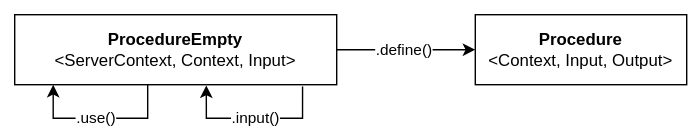
petrhdk/rpc keeps this draw.io diagram as docs/procedure-builder.drawio.svg. Above is the earlier version. Source tidied: cells renumbered, new cells last; positions are measured from the earlier drawing's top-left corner, leaving out a move shared by most shapes. Source of this version:
```xml
<mxGraphModel>
  <root>
    <mxCell id="0" />
    <mxCell id="1" parent="0" />
    <mxCell id="2" style="whiteSpace=wrap;html=1;strokeColor=none;" parent="1" vertex="1">
      <mxGeometry width="500" height="100" as="geometry" />
    </mxCell>
    <mxCell id="3" value="&lt;b&gt;Procedure&lt;/b&gt;&lt;br&gt;&amp;lt;Context, Input, Output&amp;gt;" style="html=1;whiteSpace=wrap;" parent="1" vertex="1">
      <mxGeometry x="339" y="10" width="151" height="50" as="geometry" />
    </mxCell>
    <mxCell id="4" style="edgeStyle=orthogonalEdgeStyle;rounded=0;jettySize=auto;html=1;exitX=1;exitY=0.5;exitDx=0;exitDy=0;entryX=0;entryY=0.5;entryDx=0;entryDy=0;" parent="1" edge="1" source="6" target="3">
      <mxGeometry relative="1" as="geometry" />
    </mxCell>
    <mxCell id="5" value=".define()" style="edgeLabel;html=1;align=center;verticalAlign=middle;" parent="4" vertex="1">
      <mxGeometry x="-0.06" y="-2" relative="1" as="geometry">
        <mxPoint y="-3" as="offset" />
      </mxGeometry>
    </mxCell>
    <mxCell id="6" value="&lt;b&gt;ProcedureEmpty&lt;/b&gt;&lt;br&gt;&amp;lt;ServerContext, Context, Input&amp;gt;" style="html=1;whiteSpace=wrap;" parent="1" vertex="1">
      <mxGeometry x="10" y="10" width="230" height="50" as="geometry" />
    </mxCell>
    <mxCell id="7" style="edgeStyle=orthogonalEdgeStyle;rounded=0;jettySize=auto;html=1;exitX=0.413;exitY=0.992;exitDx=0;exitDy=0;entryX=0.25;entryY=1;entryDx=0;entryDy=0;exitPerimeter=0;" parent="1" edge="1" source="6">
      <mxGeometry relative="1" as="geometry">
        <mxPoint x="37.5" y="60" as="targetPoint" />
        <Array as="points">
          <mxPoint x="105" y="84" />
          <mxPoint x="37" y="84" />
        </Array>
      </mxGeometry>
    </mxCell>
    <mxCell id="8" value=".use()" style="edgeLabel;html=1;align=center;verticalAlign=middle;" parent="7" vertex="1">
      <mxGeometry x="0.23" y="-1" relative="1" as="geometry">
        <mxPoint x="9" as="offset" />
      </mxGeometry>
    </mxCell>
    <mxCell id="9" style="edgeStyle=orthogonalEdgeStyle;rounded=0;orthogonalLoop=1;jettySize=auto;html=1;exitX=0.894;exitY=1.027;exitDx=0;exitDy=0;exitPerimeter=0;entryX=0.595;entryY=1.01;entryDx=0;entryDy=0;entryPerimeter=0;" parent="1" edge="1" source="6" target="6">
      <mxGeometry relative="1" as="geometry">
        <Array as="points">
          <mxPoint x="216" y="84" />
          <mxPoint x="147" y="84" />
        </Array>
      </mxGeometry>
    </mxCell>
    <mxCell id="10" value=".input()" style="edgeLabel;html=1;align=center;verticalAlign=middle;" parent="9" vertex="1">
      <mxGeometry x="0.12" y="1" relative="1" as="geometry">
        <mxPoint x="7" y="-2" as="offset" />
      </mxGeometry>
    </mxCell>
  </root>
</mxGraphModel>
```
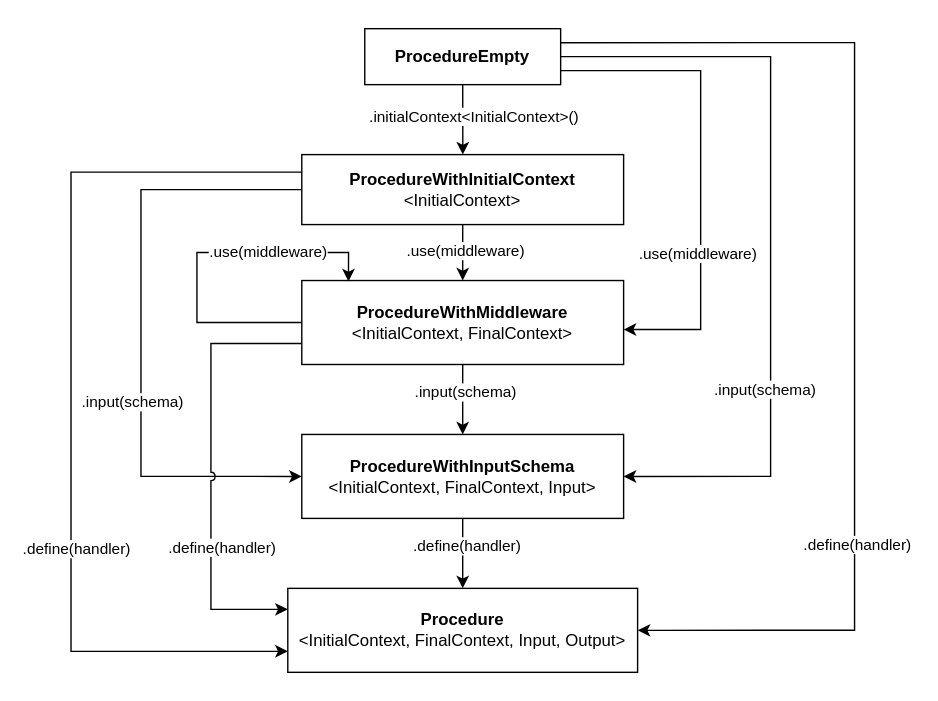
Later version of the same file.

Commit message:
change: split procedure build steps | simplify middlewares by unifying `ServerContext` with `Context | adapt server builder accordingly

Diff of the diagram source:
```diff
@@ -3,48 +3,148 @@
     <mxCell id="0" />
     <mxCell id="1" parent="0" />
     <mxCell id="2" style="whiteSpace=wrap;html=1;strokeColor=none;" parent="1" vertex="1">
-      <mxGeometry width="500" height="100" as="geometry" />
+      <mxGeometry width="670" height="500" as="geometry" />
     </mxCell>
-    <mxCell id="3" value="&lt;b&gt;Procedure&lt;/b&gt;&lt;br&gt;&amp;lt;Context, Input, Output&amp;gt;" style="html=1;whiteSpace=wrap;" parent="1" vertex="1">
-      <mxGeometry x="339" y="10" width="151" height="50" as="geometry" />
-    </mxCell>
-    <mxCell id="4" style="edgeStyle=orthogonalEdgeStyle;rounded=0;jettySize=auto;html=1;exitX=1;exitY=0.5;exitDx=0;exitDy=0;entryX=0;entryY=0.5;entryDx=0;entryDy=0;" parent="1" edge="1" source="6" target="3">
-      <mxGeometry relative="1" as="geometry" />
-    </mxCell>
-    <mxCell id="5" value=".define()" style="edgeLabel;html=1;align=center;verticalAlign=middle;" parent="4" vertex="1">
-      <mxGeometry x="-0.06" y="-2" relative="1" as="geometry">
-        <mxPoint y="-3" as="offset" />
-      </mxGeometry>
-    </mxCell>
-    <mxCell id="6" value="&lt;b&gt;ProcedureEmpty&lt;/b&gt;&lt;br&gt;&amp;lt;ServerContext, Context, Input&amp;gt;" style="html=1;whiteSpace=wrap;" parent="1" vertex="1">
-      <mxGeometry x="10" y="10" width="230" height="50" as="geometry" />
-    </mxCell>
-    <mxCell id="7" style="edgeStyle=orthogonalEdgeStyle;rounded=0;jettySize=auto;html=1;exitX=0.413;exitY=0.992;exitDx=0;exitDy=0;entryX=0.25;entryY=1;entryDx=0;entryDy=0;exitPerimeter=0;" parent="1" edge="1" source="6">
-      <mxGeometry relative="1" as="geometry">
-        <mxPoint x="37.5" y="60" as="targetPoint" />
-        <Array as="points">
-          <mxPoint x="105" y="84" />
-          <mxPoint x="37" y="84" />
-        </Array>
-      </mxGeometry>
-    </mxCell>
-    <mxCell id="8" value=".use()" style="edgeLabel;html=1;align=center;verticalAlign=middle;" parent="7" vertex="1">
-      <mxGeometry x="0.23" y="-1" relative="1" as="geometry">
-        <mxPoint x="9" as="offset" />
-      </mxGeometry>
-    </mxCell>
-    <mxCell id="9" style="edgeStyle=orthogonalEdgeStyle;rounded=0;orthogonalLoop=1;jettySize=auto;html=1;exitX=0.894;exitY=1.027;exitDx=0;exitDy=0;exitPerimeter=0;entryX=0.595;entryY=1.01;entryDx=0;entryDy=0;entryPerimeter=0;" parent="1" edge="1" source="6" target="6">
-      <mxGeometry relative="1" as="geometry">
-        <Array as="points">
-          <mxPoint x="216" y="84" />
-          <mxPoint x="147" y="84" />
-        </Array>
-      </mxGeometry>
-    </mxCell>
-    <mxCell id="10" value=".input()" style="edgeLabel;html=1;align=center;verticalAlign=middle;" parent="9" vertex="1">
-      <mxGeometry x="0.12" y="1" relative="1" as="geometry">
-        <mxPoint x="7" y="-2" as="offset" />
-      </mxGeometry>
-    </mxCell>
+    <mxCell id="11" style="edgeStyle=orthogonalEdgeStyle;rounded=0;jettySize=auto;html=1;exitX=0.5;exitY=1;exitDx=0;exitDy=0;" parent="1" edge="1" source="19" target="26">
+      <mxGeometry relative="1" as="geometry">
+        <Array as="points">
+          <mxPoint x="330" y="90" />
+        </Array>
+      </mxGeometry>
+    </mxCell>
+    <mxCell id="12" value=".initialContext&amp;lt;InitialContext&amp;gt;()" style="edgeLabel;html=1;align=center;verticalAlign=middle;" parent="11" vertex="1">
+      <mxGeometry x="-0.12" y="1" relative="1" as="geometry">
+        <mxPoint x="6" as="offset" />
+      </mxGeometry>
+    </mxCell>
+    <mxCell id="13" style="edgeStyle=orthogonalEdgeStyle;rounded=0;jettySize=auto;html=1;exitX=1;exitY=0.75;exitDx=0;exitDy=0;" parent="1" edge="1" source="19" target="29">
+      <mxGeometry relative="1" as="geometry">
+        <Array as="points">
+          <mxPoint x="500" y="50" />
+          <mxPoint x="500" y="235" />
+        </Array>
+      </mxGeometry>
+    </mxCell>
+    <mxCell id="14" value=".use(middleware)" style="edgeLabel;html=1;align=center;verticalAlign=middle;" parent="13" vertex="1">
+      <mxGeometry x="0.8" y="-1" relative="1" as="geometry">
+        <mxPoint x="18" y="-54" as="offset" />
+      </mxGeometry>
+    </mxCell>
+    <mxCell id="15" style="edgeStyle=orthogonalEdgeStyle;rounded=0;jettySize=auto;html=1;exitX=1;exitY=0.5;exitDx=0;exitDy=0;entryX=1;entryY=0.5;entryDx=0;entryDy=0;" parent="1" edge="1" source="19" target="34">
+      <mxGeometry relative="1" as="geometry">
+        <Array as="points">
+          <mxPoint x="550" y="40" />
+          <mxPoint x="550" y="340" />
+        </Array>
+      </mxGeometry>
+    </mxCell>
+    <mxCell id="16" value=".input(schema)" style="edgeLabel;html=1;align=center;verticalAlign=middle;" parent="15" vertex="1">
+      <mxGeometry x="0.45" relative="1" as="geometry">
+        <mxPoint x="-5" y="-16" as="offset" />
+      </mxGeometry>
+    </mxCell>
+    <mxCell id="17" style="edgeStyle=orthogonalEdgeStyle;rounded=0;jettySize=auto;html=1;exitX=1;exitY=0.25;exitDx=0;exitDy=0;entryX=1;entryY=0.5;entryDx=0;entryDy=0;" parent="1" edge="1" source="19" target="35">
+      <mxGeometry relative="1" as="geometry">
+        <Array as="points">
+          <mxPoint x="610" y="30" />
+          <mxPoint x="610" y="450" />
+        </Array>
+      </mxGeometry>
+    </mxCell>
+    <mxCell id="18" value=".define(handler)" style="edgeLabel;html=1;align=center;verticalAlign=middle;" parent="17" vertex="1">
+      <mxGeometry x="0.47" y="1" relative="1" as="geometry">
+        <mxPoint y="-8" as="offset" />
+      </mxGeometry>
+    </mxCell>
+    <mxCell id="19" value="&lt;b&gt;ProcedureEmpty&lt;/b&gt;" style="html=1;whiteSpace=wrap;" parent="1" vertex="1">
+      <mxGeometry x="260" y="20" width="140" height="40" as="geometry" />
+    </mxCell>
+    <mxCell id="20" style="edgeStyle=orthogonalEdgeStyle;rounded=0;jettySize=auto;html=1;exitX=0.5;exitY=1;exitDx=0;exitDy=0;entryX=0.5;entryY=0;entryDx=0;entryDy=0;" parent="1" edge="1" source="26" target="29">
+      <mxGeometry relative="1" as="geometry" />
+    </mxCell>
+    <mxCell id="21" value=".use(middleware)" style="edgeLabel;html=1;align=center;verticalAlign=middle;" parent="20" vertex="1">
+      <mxGeometry x="-0.08" y="1" relative="1" as="geometry" />
+    </mxCell>
+    <mxCell id="22" style="edgeStyle=orthogonalEdgeStyle;rounded=0;jettySize=auto;html=1;exitX=0;exitY=0.5;exitDx=0;exitDy=0;entryX=0;entryY=0.5;entryDx=0;entryDy=0;jumpStyle=arc;" parent="1" edge="1" source="26" target="34">
+      <mxGeometry relative="1" as="geometry">
+        <Array as="points">
+          <mxPoint x="100" y="135" />
+          <mxPoint x="100" y="340" />
+        </Array>
+      </mxGeometry>
+    </mxCell>
+    <mxCell id="23" value=".input(schema)" style="edgeLabel;html=1;align=center;verticalAlign=middle;" parent="22" vertex="1">
+      <mxGeometry x="0.25" y="-3" relative="1" as="geometry">
+        <mxPoint x="-4" y="-4" as="offset" />
+      </mxGeometry>
+    </mxCell>
+    <mxCell id="24" style="edgeStyle=orthogonalEdgeStyle;rounded=0;jettySize=auto;html=1;exitX=0;exitY=0.25;exitDx=0;exitDy=0;entryX=0;entryY=0.75;entryDx=0;entryDy=0;" parent="1" edge="1" source="26" target="35">
+      <mxGeometry relative="1" as="geometry">
+        <Array as="points">
+          <mxPoint x="50" y="123" />
+          <mxPoint x="50" y="465" />
+        </Array>
+      </mxGeometry>
+    </mxCell>
+    <mxCell id="25" value=".define(handler)" style="edgeLabel;html=1;align=center;verticalAlign=middle;" parent="24" vertex="1">
+      <mxGeometry x="0.28" y="-1" relative="1" as="geometry">
+        <mxPoint x="4" y="10" as="offset" />
+      </mxGeometry>
+    </mxCell>
+    <mxCell id="26" value="&lt;b&gt;ProcedureWithInitialContext&lt;/b&gt;&lt;br&gt;&amp;lt;InitialContext&amp;gt;" style="html=1;whiteSpace=wrap;" parent="1" vertex="1">
+      <mxGeometry x="215" y="110" width="230" height="50" as="geometry" />
+    </mxCell>
+    <mxCell id="27" style="edgeStyle=orthogonalEdgeStyle;rounded=0;jettySize=auto;html=1;entryX=0.5;entryY=0;entryDx=0;entryDy=0;" parent="1" edge="1" source="29" target="34">
+      <mxGeometry relative="1" as="geometry" />
+    </mxCell>
+    <mxCell id="28" value=".input(schema)" style="edgeLabel;html=1;align=center;verticalAlign=middle;" parent="27" vertex="1">
+      <mxGeometry x="-0.24" y="-1" relative="1" as="geometry">
+        <mxPoint x="2" y="1" as="offset" />
+      </mxGeometry>
+    </mxCell>
+    <mxCell id="29" value="&lt;b&gt;ProcedureWithMiddleware&lt;/b&gt;&lt;br&gt;&amp;lt;InitialContext,&amp;nbsp;FinalContext&amp;gt;" style="html=1;whiteSpace=wrap;" parent="1" vertex="1">
+      <mxGeometry x="215" y="200" width="230" height="60" as="geometry" />
+    </mxCell>
+    <mxCell id="30" style="edgeStyle=orthogonalEdgeStyle;rounded=0;jettySize=auto;html=1;" parent="1" edge="1" source="34" target="35">
+      <mxGeometry relative="1" as="geometry" />
+    </mxCell>
+    <mxCell id="31" value=".define(handler)" style="edgeLabel;html=1;align=center;verticalAlign=middle;" parent="30" vertex="1">
+      <mxGeometry x="-0.52" relative="1" as="geometry">
+        <mxPoint x="2" y="8" as="offset" />
+      </mxGeometry>
+    </mxCell>
+    <mxCell id="32" style="edgeStyle=orthogonalEdgeStyle;rounded=0;jettySize=auto;html=1;exitX=0;exitY=0.75;exitDx=0;exitDy=0;entryX=0;entryY=0.25;entryDx=0;entryDy=0;jumpStyle=arc;" parent="1" edge="1" source="29" target="35">
+      <mxGeometry relative="1" as="geometry">
+        <Array as="points">
+          <mxPoint x="150" y="245" />
+          <mxPoint x="150" y="435" />
+        </Array>
+      </mxGeometry>
+    </mxCell>
+    <mxCell id="33" value=".define(handler)" style="edgeLabel;html=1;align=center;verticalAlign=middle;" parent="32" vertex="1">
+      <mxGeometry x="-0.01" y="-2" relative="1" as="geometry">
+        <mxPoint x="9" y="57" as="offset" />
+      </mxGeometry>
+    </mxCell>
+    <mxCell id="34" value="&lt;b&gt;ProcedureWithInputSchema&lt;/b&gt;&lt;br&gt;&amp;lt;InitialContext,&amp;nbsp;FinalContext, Input&amp;gt;" style="html=1;whiteSpace=wrap;" parent="1" vertex="1">
+      <mxGeometry x="215" y="310" width="230" height="60" as="geometry" />
+    </mxCell>
+    <mxCell id="35" value="&lt;b&gt;Procedure&lt;/b&gt;&lt;br&gt;&amp;lt;InitialContext,&amp;nbsp;FinalContext,&amp;nbsp;&lt;span style=&quot;background-color: transparent; color: light-dark(rgb(0, 0, 0), rgb(255, 255, 255));&quot;&gt;Input,&amp;nbsp;&lt;/span&gt;&lt;span style=&quot;background-color: transparent; color: light-dark(rgb(0, 0, 0), rgb(255, 255, 255));&quot;&gt;Output&amp;gt;&lt;/span&gt;" style="html=1;whiteSpace=wrap;" parent="1" vertex="1">
+      <mxGeometry x="205" y="420" width="250" height="60" as="geometry" />
+    </mxCell>
+    <mxCell id="36" style="edgeStyle=orthogonalEdgeStyle;rounded=0;orthogonalLoop=1;jettySize=auto;html=1;exitX=0;exitY=0.5;exitDx=0;exitDy=0;entryX=0.145;entryY=0.011;entryDx=0;entryDy=0;entryPerimeter=0;" parent="1" edge="1" source="29" target="29">
+      <mxGeometry relative="1" as="geometry">
+        <Array as="points">
+          <mxPoint x="140" y="230" />
+          <mxPoint x="140" y="180" />
+          <mxPoint x="248" y="180" />
+        </Array>
+      </mxGeometry>
+    </mxCell>
+    <mxCell id="37" value=".use(middleware)" style="edgeLabel;html=1;align=center;verticalAlign=middle;" parent="36" vertex="1">
+      <mxGeometry x="0.28" y="-1" relative="1" as="geometry">
+        <mxPoint x="12" y="-2" as="offset" />
+      </mxGeometry>
+    </mxCell>
   </root>
 </mxGraphModel>
```
